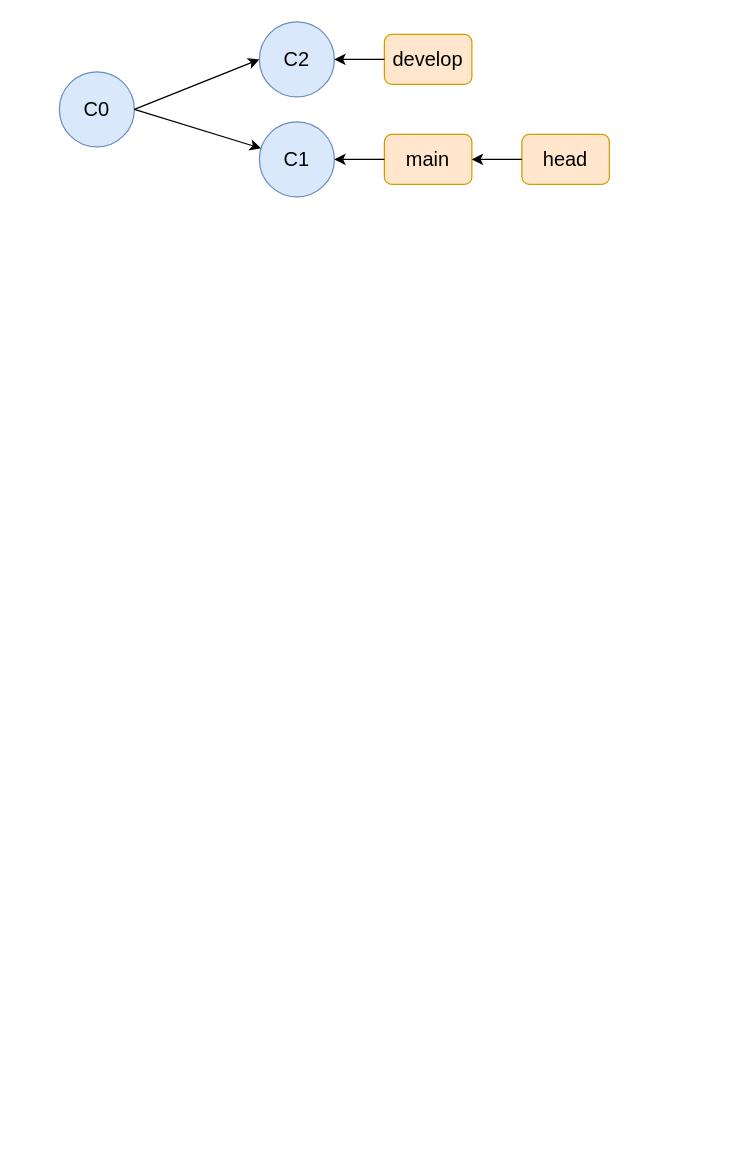
The draw.io diagram content/blog/GitAdvance/03/images/image.drawio in kento-yoshidu/GatsbyBlog, before the edit. Source tidied: cells renumbered, new cells numbered last; positions are measured from the earlier drawing's top-left corner, leaving out a move shared by most shapes. Both pictures are drawn from the tidied source at 125%, with x=0, y=0 at pixel (59, 21).
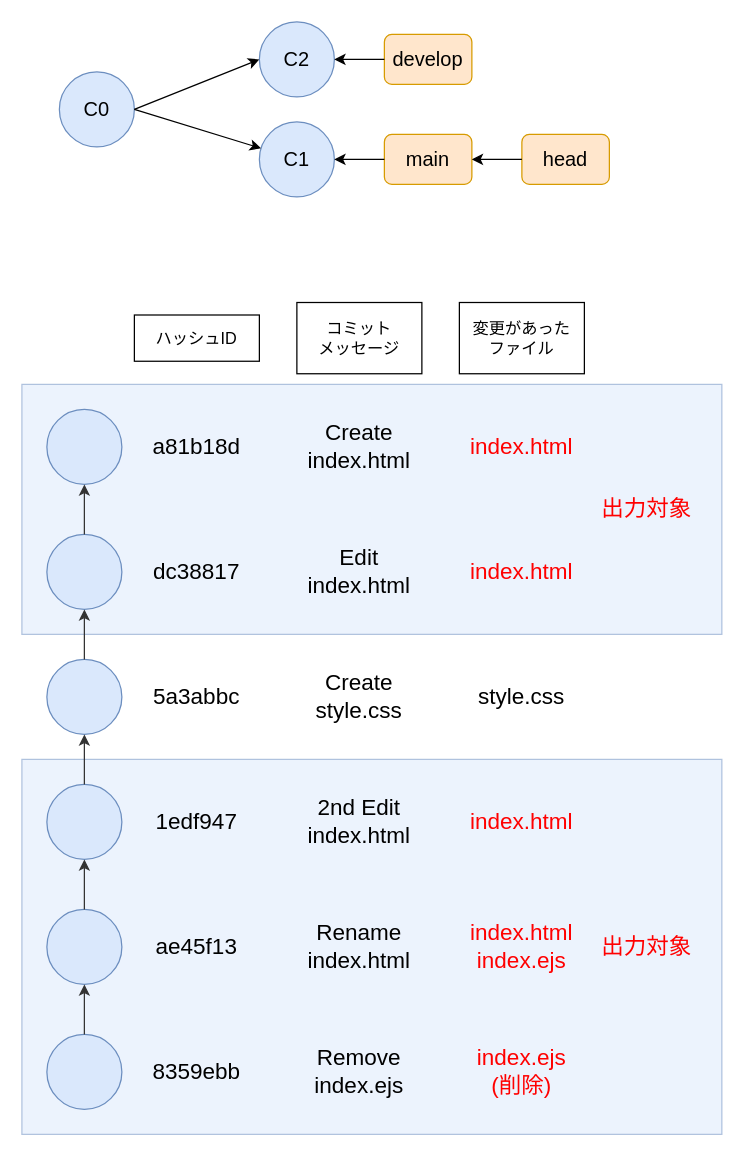
After the change.

The edit, as a diff of the source:
```diff
@@
+    <mxCell id="13" style="rounded=0;whiteSpace=wrap;html=1;strokeColor=#6c8ebf;fontSize=13;fillColor=#dae8fc;opacity=50;" parent="1" vertex="1">
+      <mxGeometry x="-30" y="290" width="560" height="200" as="geometry" />
+    </mxCell>
+    <mxCell id="14" style="rounded=0;whiteSpace=wrap;html=1;strokeColor=#6c8ebf;fontSize=13;fillColor=#dae8fc;opacity=50;" parent="1" vertex="1">
+      <mxGeometry x="-30" y="590" width="560" height="300" as="geometry" />
+    </mxCell>
@@
+    <mxCell id="15" style="ellipse;whiteSpace=wrap;html=1;fillColor=#dae8fc;strokeColor=#6c8ebf;" parent="1" vertex="1">
+      <mxGeometry x="-10" y="710" width="60" height="60" as="geometry" />
+    </mxCell>
+    <mxCell id="16" style="ellipse;whiteSpace=wrap;html=1;fillColor=#dae8fc;strokeColor=#6c8ebf;" parent="1" vertex="1">
+      <mxGeometry x="-10" y="610" width="60" height="60" as="geometry" />
+    </mxCell>
+    <mxCell id="17" style="ellipse;whiteSpace=wrap;html=1;fillColor=#dae8fc;strokeColor=#6c8ebf;" parent="1" vertex="1">
+      <mxGeometry x="-10" y="510" width="60" height="60" as="geometry" />
+    </mxCell>
+    <mxCell id="18" style="ellipse;whiteSpace=wrap;html=1;fillColor=#dae8fc;strokeColor=#6c8ebf;" parent="1" vertex="1">
+      <mxGeometry x="-10" y="410" width="60" height="60" as="geometry" />
+    </mxCell>
+    <mxCell id="19" style="ellipse;whiteSpace=wrap;html=1;fillColor=#dae8fc;strokeColor=#6c8ebf;" parent="1" vertex="1">
+      <mxGeometry x="-10" y="310" width="60" height="60" as="geometry" />
+    </mxCell>
+    <mxCell id="20" style="ellipse;whiteSpace=wrap;html=1;fillColor=#dae8fc;strokeColor=#6c8ebf;" parent="1" vertex="1">
+      <mxGeometry x="-10" y="810" width="60" height="60" as="geometry" />
+    </mxCell>
+    <mxCell id="21" value="8359ebb" style="text;html=1;strokeColor=none;fillColor=none;align=center;verticalAlign=middle;whiteSpace=wrap;rounded=0;fontSize=18;" parent="1" vertex="1">
+      <mxGeometry x="70" y="830" width="80" height="20" as="geometry" />
+    </mxCell>
+    <mxCell id="22" value="ae45f13" style="text;html=1;strokeColor=none;fillColor=none;align=center;verticalAlign=middle;whiteSpace=wrap;rounded=0;fontSize=18;" parent="1" vertex="1">
+      <mxGeometry x="70" y="730" width="80" height="20" as="geometry" />
+    </mxCell>
+    <mxCell id="23" value="1edf947" style="text;html=1;strokeColor=none;fillColor=none;align=center;verticalAlign=middle;whiteSpace=wrap;rounded=0;fontSize=18;" parent="1" vertex="1">
+      <mxGeometry x="70" y="630" width="80" height="20" as="geometry" />
+    </mxCell>
+    <mxCell id="24" value="5a3abbc" style="text;html=1;strokeColor=none;fillColor=none;align=center;verticalAlign=middle;whiteSpace=wrap;rounded=0;fontSize=18;" parent="1" vertex="1">
+      <mxGeometry x="70" y="530" width="80" height="20" as="geometry" />
+    </mxCell>
+    <mxCell id="25" value="dc38817" style="text;html=1;strokeColor=none;fillColor=none;align=center;verticalAlign=middle;whiteSpace=wrap;rounded=0;fontSize=18;" parent="1" vertex="1">
+      <mxGeometry x="70" y="430" width="80" height="20" as="geometry" />
+    </mxCell>
+    <mxCell id="26" value="a81b18d" style="text;html=1;strokeColor=none;fillColor=none;align=center;verticalAlign=middle;whiteSpace=wrap;rounded=0;fontSize=18;" parent="1" vertex="1">
+      <mxGeometry x="70" y="330" width="80" height="20" as="geometry" />
+    </mxCell>
+    <mxCell id="27" value="ハッシュID" style="text;html=1;fillColor=none;align=center;verticalAlign=middle;whiteSpace=wrap;rounded=0;fontSize=13;strokeColor=#000000;" parent="1" vertex="1">
+      <mxGeometry x="60" y="234.5" width="100" height="37" as="geometry" />
+    </mxCell>
+    <mxCell id="28" value="コミット&lt;br style=&quot;font-size: 13px;&quot;&gt;メッセージ" style="text;html=1;fillColor=none;align=center;verticalAlign=middle;whiteSpace=wrap;rounded=0;fontSize=13;strokeColor=#000000;" parent="1" vertex="1">
+      <mxGeometry x="190" y="224.5" width="100" height="57" as="geometry" />
+    </mxCell>
+    <mxCell id="29" value="Create index.html" style="text;html=1;strokeColor=none;fillColor=none;align=center;verticalAlign=middle;whiteSpace=wrap;rounded=0;fontSize=18;" parent="1" vertex="1">
+      <mxGeometry x="190" y="330" width="100" height="20" as="geometry" />
+    </mxCell>
+    <mxCell id="30" value="Edit index.html" style="text;html=1;strokeColor=none;fillColor=none;align=center;verticalAlign=middle;whiteSpace=wrap;rounded=0;fontSize=18;" parent="1" vertex="1">
+      <mxGeometry x="190" y="430" width="100" height="20" as="geometry" />
+    </mxCell>
+    <mxCell id="31" value="Create style.css" style="text;html=1;strokeColor=none;fillColor=none;align=center;verticalAlign=middle;whiteSpace=wrap;rounded=0;fontSize=18;" parent="1" vertex="1">
+      <mxGeometry x="190" y="530" width="100" height="20" as="geometry" />
+    </mxCell>
+    <mxCell id="32" value="2nd Edit index.html" style="text;html=1;strokeColor=none;fillColor=none;align=center;verticalAlign=middle;whiteSpace=wrap;rounded=0;fontSize=18;" parent="1" vertex="1">
+      <mxGeometry x="190" y="630" width="100" height="20" as="geometry" />
+    </mxCell>
+    <mxCell id="33" value="Rename index.html" style="text;html=1;strokeColor=none;fillColor=none;align=center;verticalAlign=middle;whiteSpace=wrap;rounded=0;fontSize=18;" parent="1" vertex="1">
+      <mxGeometry x="190" y="730" width="100" height="20" as="geometry" />
+    </mxCell>
+    <mxCell id="34" value="Remove index.ejs" style="text;html=1;strokeColor=none;fillColor=none;align=center;verticalAlign=middle;whiteSpace=wrap;rounded=0;fontSize=18;" parent="1" vertex="1">
+      <mxGeometry x="190" y="830" width="100" height="20" as="geometry" />
+    </mxCell>
+    <mxCell id="35" value="変更があった&lt;br&gt;ファイル" style="text;html=1;fillColor=none;align=center;verticalAlign=middle;whiteSpace=wrap;rounded=0;fontSize=13;strokeColor=#000000;" parent="1" vertex="1">
+      <mxGeometry x="320" y="224.5" width="100" height="57" as="geometry" />
+    </mxCell>
+    <mxCell id="36" value="index.html" style="text;html=1;strokeColor=none;fillColor=none;align=center;verticalAlign=middle;whiteSpace=wrap;rounded=0;fontSize=18;fontColor=#FF0000;" parent="1" vertex="1">
+      <mxGeometry x="320" y="330" width="100" height="20" as="geometry" />
+    </mxCell>
+    <mxCell id="37" value="index.html" style="text;html=1;strokeColor=none;fillColor=none;align=center;verticalAlign=middle;whiteSpace=wrap;rounded=0;fontSize=18;fontColor=#FF0000;" parent="1" vertex="1">
+      <mxGeometry x="320" y="430" width="100" height="20" as="geometry" />
+    </mxCell>
+    <mxCell id="38" value="style.css" style="text;html=1;strokeColor=none;fillColor=none;align=center;verticalAlign=middle;whiteSpace=wrap;rounded=0;fontSize=18;" parent="1" vertex="1">
+      <mxGeometry x="320" y="530" width="100" height="20" as="geometry" />
+    </mxCell>
+    <mxCell id="39" value="index.html" style="text;html=1;strokeColor=none;fillColor=none;align=center;verticalAlign=middle;whiteSpace=wrap;rounded=0;fontSize=18;fontColor=#FF0000;" parent="1" vertex="1">
+      <mxGeometry x="320" y="630" width="100" height="20" as="geometry" />
+    </mxCell>
+    <mxCell id="40" value="index.html&lt;br&gt;index.ejs" style="text;html=1;strokeColor=none;fillColor=none;align=center;verticalAlign=middle;whiteSpace=wrap;rounded=0;fontSize=18;fontColor=#FF0000;" parent="1" vertex="1">
+      <mxGeometry x="320" y="730" width="100" height="20" as="geometry" />
+    </mxCell>
+    <mxCell id="41" value="index.ejs&lt;br&gt;(削除)" style="text;html=1;strokeColor=none;fillColor=none;align=center;verticalAlign=middle;whiteSpace=wrap;rounded=0;fontSize=18;fontColor=#FF0000;" parent="1" vertex="1">
+      <mxGeometry x="320" y="830" width="100" height="20" as="geometry" />
+    </mxCell>
+    <mxCell id="42" style="endArrow=classic;html=1;fontSize=13;exitX=0.5;exitY=0;exitDx=0;exitDy=0;entryX=0.5;entryY=1;entryDx=0;entryDy=0;strokeColor=#333333;" parent="1" edge="1" source="20" target="15">
+      <mxGeometry relative="1" as="geometry" />
+    </mxCell>
+    <mxCell id="43" style="endArrow=classic;html=1;fontSize=13;exitX=0.5;exitY=0;exitDx=0;exitDy=0;entryX=0.5;entryY=1;entryDx=0;entryDy=0;strokeColor=#333333;" parent="1" edge="1" source="15" target="16">
+      <mxGeometry relative="1" as="geometry" />
+    </mxCell>
+    <mxCell id="44" style="endArrow=classic;html=1;fontSize=13;exitX=0.5;exitY=0;exitDx=0;exitDy=0;entryX=0.5;entryY=1;entryDx=0;entryDy=0;strokeColor=#333333;" parent="1" edge="1" source="16" target="17">
+      <mxGeometry relative="1" as="geometry" />
+    </mxCell>
+    <mxCell id="45" style="endArrow=classic;html=1;fontSize=13;exitX=0.5;exitY=0;exitDx=0;exitDy=0;entryX=0.5;entryY=1;entryDx=0;entryDy=0;strokeColor=#333333;" parent="1" edge="1" source="17" target="18">
+      <mxGeometry relative="1" as="geometry" />
+    </mxCell>
+    <mxCell id="46" style="endArrow=classic;html=1;fontSize=13;exitX=0.5;exitY=0;exitDx=0;exitDy=0;entryX=0.5;entryY=1;entryDx=0;entryDy=0;strokeColor=#333333;" parent="1" edge="1" source="18" target="19">
+      <mxGeometry relative="1" as="geometry" />
+    </mxCell>
+    <mxCell id="47" value="出力対象" style="text;html=1;strokeColor=none;fillColor=none;align=center;verticalAlign=middle;whiteSpace=wrap;rounded=0;fontSize=18;fontColor=#FF0000;" parent="1" vertex="1">
+      <mxGeometry x="420" y="730" width="100" height="20" as="geometry" />
+    </mxCell>
+    <mxCell id="48" value="出力対象" style="text;html=1;strokeColor=none;fillColor=none;align=center;verticalAlign=middle;whiteSpace=wrap;rounded=0;fontSize=18;fontColor=#FF0000;" parent="1" vertex="1">
+      <mxGeometry x="420" y="380" width="100" height="20" as="geometry" />
+    </mxCell>
```
